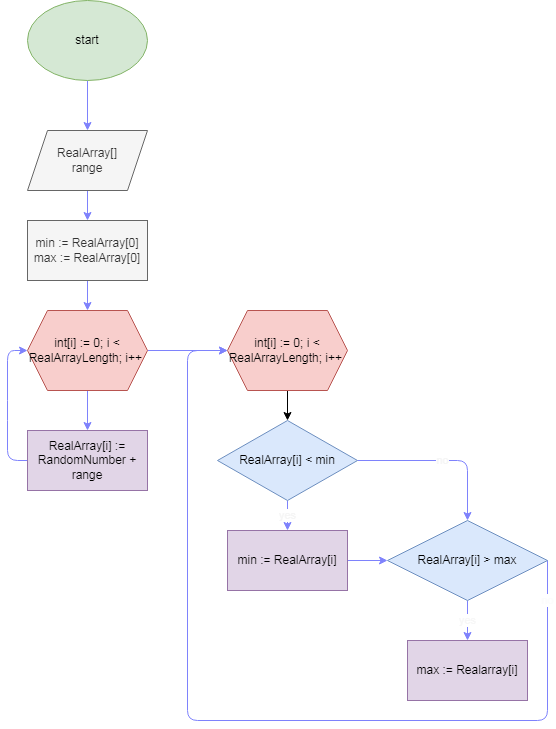
Earlier version of the draw.io export lesson005/Task003_RealNumberMinMax/RealNumberMinMax.drawio.png (JennysVoods/Tasks). Source tidied: cells renumbered, new cells last; positions are measured from the earlier drawing's top-left corner, leaving out a move shared by most shapes.
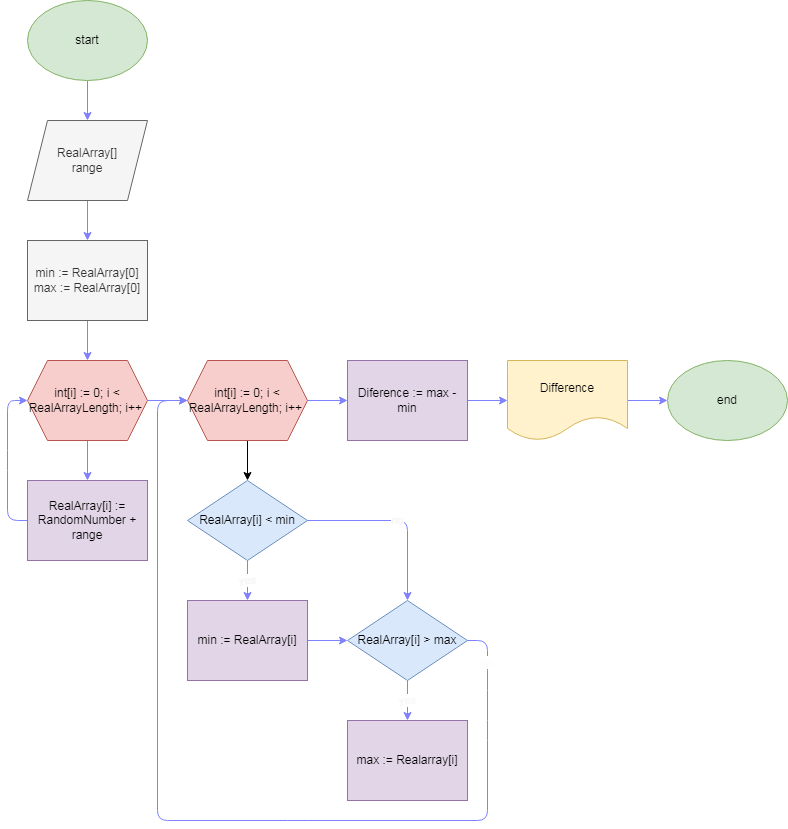
Later version of the same file.

Commit message:
Task 003 Real Number Min Max png

The edit, as a diff of the source:
```diff
@@ -6,13 +6,13 @@
       <mxGeometry relative="1" as="geometry" />
     </mxCell>
     <mxCell id="3" value="start" style="ellipse;whiteSpace=wrap;html=1;fillColor=#d5e8d4;strokeColor=#82b366;fontColor=#000000;" parent="1" vertex="1">
-      <mxGeometry x="20" width="120" height="80" as="geometry" />
+      <mxGeometry x="100" y="-50" width="120" height="80" as="geometry" />
     </mxCell>
     <mxCell id="4" style="edgeStyle=none;html=1;fontColor=#000000;strokeColor=#7E82FC;" parent="1" edge="1" source="5" target="12">
       <mxGeometry relative="1" as="geometry" />
     </mxCell>
     <mxCell id="5" value="RealArray[]&lt;br&gt;range" style="shape=parallelogram;perimeter=parallelogramPerimeter;whiteSpace=wrap;html=1;fixedSize=1;fillColor=#f5f5f5;strokeColor=#666666;fontColor=#333333;" parent="1" vertex="1">
-      <mxGeometry x="20" y="130" width="120" height="60" as="geometry" />
+      <mxGeometry x="100" y="70" width="120" height="80" as="geometry" />
     </mxCell>
     <mxCell id="6" style="edgeStyle=none;html=1;fontColor=#000000;strokeColor=#7E82FC;" parent="1" edge="1" source="8" target="10">
       <mxGeometry relative="1" as="geometry" />
@@ -21,31 +21,34 @@
       <mxGeometry relative="1" as="geometry" />
     </mxCell>
     <mxCell id="8" value="int[i] := 0; i &amp;lt; RealArrayLength; i++&amp;nbsp;" style="shape=hexagon;perimeter=hexagonPerimeter2;whiteSpace=wrap;html=1;fixedSize=1;fillColor=#f8cecc;strokeColor=#b85450;fontColor=#000000;" parent="1" vertex="1">
-      <mxGeometry x="20" y="310" width="120" height="80" as="geometry" />
+      <mxGeometry x="100" y="310" width="120" height="80" as="geometry" />
     </mxCell>
     <mxCell id="9" style="edgeStyle=none;html=1;entryX=0;entryY=0.5;entryDx=0;entryDy=0;fontColor=#000000;exitX=0;exitY=0.5;exitDx=0;exitDy=0;strokeColor=#7E82FC;" parent="1" edge="1" source="10" target="8">
       <mxGeometry relative="1" as="geometry">
         <Array as="points">
-          <mxPoint y="460" />
-          <mxPoint y="410" />
-          <mxPoint y="350" />
+          <mxPoint x="80" y="470" />
+          <mxPoint x="80" y="410" />
+          <mxPoint x="80" y="350" />
         </Array>
       </mxGeometry>
     </mxCell>
     <mxCell id="10" value="RealArray[i] := RandomNumber + range" style="whiteSpace=wrap;html=1;fillColor=#e1d5e7;strokeColor=#9673a6;fontColor=#000000;" parent="1" vertex="1">
-      <mxGeometry x="20" y="430" width="120" height="60" as="geometry" />
+      <mxGeometry x="100" y="430" width="120" height="80" as="geometry" />
     </mxCell>
     <mxCell id="11" style="edgeStyle=none;html=1;entryX=0.5;entryY=0;entryDx=0;entryDy=0;fontColor=#000000;strokeColor=#7E82FC;" parent="1" edge="1" source="12" target="8">
       <mxGeometry relative="1" as="geometry" />
     </mxCell>
     <mxCell id="12" value="min := RealArray[0]&lt;br&gt;max := RealArray[0]" style="whiteSpace=wrap;html=1;fillColor=#f5f5f5;strokeColor=#666666;fontColor=#333333;" parent="1" vertex="1">
-      <mxGeometry x="20" y="220" width="120" height="60" as="geometry" />
+      <mxGeometry x="100" y="190" width="120" height="80" as="geometry" />
     </mxCell>
     <mxCell id="13" style="edgeStyle=none;html=1;fontColor=#000000;" parent="1" edge="1" source="14" target="17">
       <mxGeometry relative="1" as="geometry" />
     </mxCell>
+    <mxCell id="24" style="edgeStyle=none;html=1;fontColor=#000000;strokeColor=#7E82FC;" parent="1" edge="1" source="14" target="26">
+      <mxGeometry relative="1" as="geometry" />
+    </mxCell>
     <mxCell id="14" value="int[i] := 0; i &amp;lt; RealArrayLength; i++&amp;nbsp;" style="shape=hexagon;perimeter=hexagonPerimeter2;whiteSpace=wrap;html=1;fixedSize=1;fillColor=#f8cecc;strokeColor=#b85450;fontColor=#000000;" parent="1" vertex="1">
-      <mxGeometry x="220" y="310" width="120" height="80" as="geometry" />
+      <mxGeometry x="260" y="310" width="120" height="80" as="geometry" />
     </mxCell>
     <mxCell id="15" value="yes" style="edgeStyle=none;html=1;fontColor=#F5F5F5;strokeColor=#7E82FC;" parent="1" edge="1" source="17" target="19">
       <mxGeometry relative="1" as="geometry" />
@@ -53,18 +56,18 @@
     <mxCell id="16" value="no" style="edgeStyle=none;html=1;fontColor=#F5F5F5;exitX=1;exitY=0.5;exitDx=0;exitDy=0;entryX=0.5;entryY=0;entryDx=0;entryDy=0;strokeColor=#7E82FC;" parent="1" edge="1" source="17" target="22">
       <mxGeometry relative="1" as="geometry">
         <Array as="points">
-          <mxPoint x="460" y="460" />
+          <mxPoint x="480" y="470" />
         </Array>
       </mxGeometry>
     </mxCell>
     <mxCell id="17" value="RealArray[i] &amp;lt; min" style="rhombus;whiteSpace=wrap;html=1;fillColor=#dae8fc;strokeColor=#6c8ebf;fontColor=#000000;" parent="1" vertex="1">
-      <mxGeometry x="210" y="420" width="140" height="80" as="geometry" />
+      <mxGeometry x="260" y="430" width="120" height="80" as="geometry" />
     </mxCell>
     <mxCell id="18" style="edgeStyle=none;html=1;entryX=0;entryY=0.5;entryDx=0;entryDy=0;fontColor=#000000;strokeColor=#7E82FC;" parent="1" edge="1" source="19" target="22">
       <mxGeometry relative="1" as="geometry" />
     </mxCell>
     <mxCell id="19" value="min := RealArray[i]" style="whiteSpace=wrap;html=1;fillColor=#e1d5e7;strokeColor=#9673a6;fontColor=#000000;" parent="1" vertex="1">
-      <mxGeometry x="220" y="530" width="120" height="60" as="geometry" />
+      <mxGeometry x="260" y="550" width="120" height="80" as="geometry" />
     </mxCell>
     <mxCell id="20" value="yes" style="edgeStyle=none;html=1;fontColor=#F7F7F7;strokeColor=#7E82FC;" parent="1" edge="1" source="22" target="23">
       <mxGeometry relative="1" as="geometry" />
@@ -72,17 +75,36 @@
     <mxCell id="21" value="no" style="edgeStyle=none;html=1;fontColor=#FCFCFC;exitX=1;exitY=0.5;exitDx=0;exitDy=0;entryX=0;entryY=0.5;entryDx=0;entryDy=0;fillColor=#f5f5f5;strokeColor=#7E82FC;" parent="1" edge="1" source="22" target="14">
       <mxGeometry x="-0.91" relative="1" as="geometry">
         <Array as="points">
-          <mxPoint x="540" y="720" />
-          <mxPoint x="180" y="720" />
-          <mxPoint x="180" y="350" />
+          <mxPoint x="560" y="590" />
+          <mxPoint x="560" y="630" />
+          <mxPoint x="560" y="680" />
+          <mxPoint x="560" y="770" />
+          <mxPoint x="370" y="770" />
+          <mxPoint x="230" y="770" />
+          <mxPoint x="230" y="350" />
         </Array>
       </mxGeometry>
     </mxCell>
     <mxCell id="22" value="RealArray[i] &amp;gt; max" style="rhombus;whiteSpace=wrap;html=1;fillColor=#dae8fc;strokeColor=#6c8ebf;fontColor=#000000;" parent="1" vertex="1">
-      <mxGeometry x="380" y="520" width="160" height="80" as="geometry" />
+      <mxGeometry x="420" y="550" width="120" height="80" as="geometry" />
     </mxCell>
     <mxCell id="23" value="max := Realarray[i]" style="whiteSpace=wrap;html=1;fillColor=#e1d5e7;strokeColor=#9673a6;fontColor=#000000;" parent="1" vertex="1">
-      <mxGeometry x="400" y="640" width="120" height="60" as="geometry" />
+      <mxGeometry x="420" y="670" width="120" height="80" as="geometry" />
     </mxCell>
+    <mxCell id="25" style="edgeStyle=none;html=1;fontColor=#000000;strokeColor=#7E82FC;" parent="1" edge="1" source="26" target="28">
+      <mxGeometry relative="1" as="geometry" />
+    </mxCell>
+    <mxCell id="26" value="Diference := max - min" style="whiteSpace=wrap;html=1;fillColor=#e1d5e7;strokeColor=#9673a6;fontColor=#000000;" parent="1" vertex="1">
+      <mxGeometry x="420" y="310" width="120" height="80" as="geometry" />
+    </mxCell>
+    <mxCell id="27" style="edgeStyle=none;html=1;fontColor=#000000;strokeColor=#7E82FC;" parent="1" edge="1" source="28" target="29">
+      <mxGeometry relative="1" as="geometry" />
+    </mxCell>
+    <mxCell id="28" value="Difference" style="shape=document;whiteSpace=wrap;html=1;boundedLbl=1;fillColor=#fff2cc;strokeColor=#d6b656;fontColor=#000000;" parent="1" vertex="1">
+      <mxGeometry x="580" y="310" width="120" height="80" as="geometry" />
+    </mxCell>
+    <mxCell id="29" value="end" style="ellipse;whiteSpace=wrap;html=1;fillColor=#d5e8d4;strokeColor=#82b366;fontColor=#000000;" parent="1" vertex="1">
+      <mxGeometry x="740" y="310" width="120" height="80" as="geometry" />
+    </mxCell>
   </root>
 </mxGraphModel>
```
